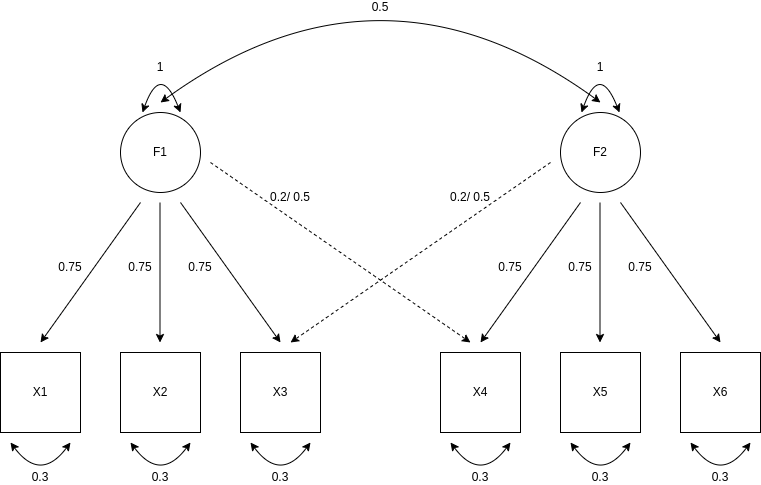
Above: Rmd/figures/model.png in JMBKoch/1vs2StepBayesianRegSEM (draw.io), before the change. Source tidied: cells renumbered, new cells last; positions are measured from the earlier drawing's top-left corner, leaving out a move shared by most shapes.
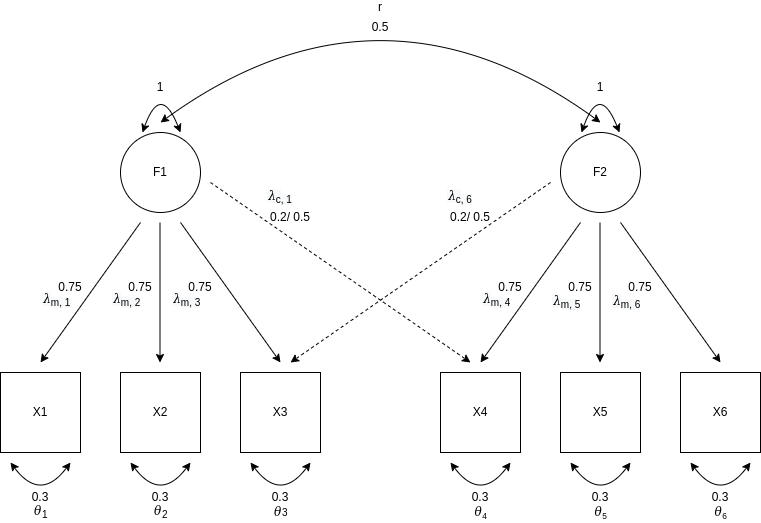
Later version of the same file.

Change to the diagram source:
```diff
@@ -205,5 +205,50 @@
     <mxCell id="43" value="0.75" style="text;html=1;strokeColor=none;fillColor=none;align=center;verticalAlign=middle;whiteSpace=wrap;rounded=0;" parent="1" vertex="1">
       <mxGeometry x="550" y="320" width="60" height="10" as="geometry" />
     </mxCell>
+    <mxCell id="44" value="𝜃&lt;sub&gt;1&lt;/sub&gt;" style="text;html=1;align=center;verticalAlign=middle;strokeColor=none;fillColor=none;" parent="1" vertex="1">
+      <mxGeometry x="25" y="540" width="30" height="20" as="geometry" />
+    </mxCell>
+    <mxCell id="45" value="𝜃&lt;sub&gt;2&lt;/sub&gt;" style="text;html=1;align=center;verticalAlign=middle;strokeColor=none;fillColor=none;" parent="1" vertex="1">
+      <mxGeometry x="145" y="540" width="30" height="20" as="geometry" />
+    </mxCell>
+    <mxCell id="46" value="𝜃&lt;span style=&quot;font-size: 10px&quot;&gt;3&lt;/span&gt;" style="text;html=1;align=center;verticalAlign=middle;strokeColor=none;fillColor=none;" parent="1" vertex="1">
+      <mxGeometry x="265" y="540" width="30" height="20" as="geometry" />
+    </mxCell>
+    <mxCell id="47" value="𝜃&lt;span style=&quot;font-size: 10px&quot;&gt;&lt;sub&gt;4&lt;/sub&gt;&lt;/span&gt;" style="text;html=1;align=center;verticalAlign=middle;strokeColor=none;fillColor=none;" parent="1" vertex="1">
+      <mxGeometry x="465" y="540" width="30" height="20" as="geometry" />
+    </mxCell>
+    <mxCell id="48" value="𝜃&lt;span style=&quot;font-size: 10px&quot;&gt;&lt;sub&gt;5&lt;/sub&gt;&lt;/span&gt;" style="text;html=1;align=center;verticalAlign=middle;strokeColor=none;fillColor=none;" parent="1" vertex="1">
+      <mxGeometry x="585" y="540" width="30" height="20" as="geometry" />
+    </mxCell>
+    <mxCell id="49" value="𝜃&lt;span style=&quot;font-size: 10px&quot;&gt;&lt;sub&gt;6&lt;/sub&gt;&lt;/span&gt;" style="text;html=1;align=center;verticalAlign=middle;strokeColor=none;fillColor=none;" parent="1" vertex="1">
+      <mxGeometry x="705" y="540" width="30" height="20" as="geometry" />
+    </mxCell>
+    <mxCell id="50" value="&lt;span style=&quot;color: rgb(0 , 0 , 0) ; font-family: &amp;#34;helvetica&amp;#34; ; font-size: 12px ; font-style: normal ; font-weight: 400 ; letter-spacing: normal ; text-align: center ; text-indent: 0px ; text-transform: none ; word-spacing: 0px ; background-color: rgb(248 , 249 , 250) ; display: inline ; float: none&quot;&gt;𝜆&lt;/span&gt;&lt;sub style=&quot;color: rgb(0 , 0 , 0) ; font-family: &amp;#34;helvetica&amp;#34; ; font-style: normal ; font-weight: 400 ; letter-spacing: normal ; text-align: center ; text-indent: 0px ; text-transform: none ; word-spacing: 0px ; background-color: rgb(248 , 249 , 250)&quot;&gt;m, 3&lt;/sub&gt;" style="text;whiteSpace=wrap;html=1;" parent="1" vertex="1">
+      <mxGeometry x="170" y="322.5" width="70" height="25" as="geometry" />
+    </mxCell>
+    <mxCell id="51" value="&lt;span style=&quot;color: rgb(0 , 0 , 0) ; font-family: &amp;#34;helvetica&amp;#34; ; font-size: 12px ; font-style: normal ; font-weight: 400 ; letter-spacing: normal ; text-align: center ; text-indent: 0px ; text-transform: none ; word-spacing: 0px ; background-color: rgb(248 , 249 , 250) ; display: inline ; float: none&quot;&gt;𝜆&lt;/span&gt;&lt;sub style=&quot;color: rgb(0 , 0 , 0) ; font-family: &amp;#34;helvetica&amp;#34; ; font-style: normal ; font-weight: 400 ; letter-spacing: normal ; text-align: center ; text-indent: 0px ; text-transform: none ; word-spacing: 0px ; background-color: rgb(248 , 249 , 250)&quot;&gt;m, 4&lt;/sub&gt;" style="text;whiteSpace=wrap;html=1;" parent="1" vertex="1">
+      <mxGeometry x="480" y="322.5" width="70" height="30" as="geometry" />
+    </mxCell>
+    <mxCell id="52" value="&lt;span style=&quot;color: rgb(0 , 0 , 0) ; font-family: &amp;#34;helvetica&amp;#34; ; font-size: 12px ; font-style: normal ; font-weight: 400 ; letter-spacing: normal ; text-align: center ; text-indent: 0px ; text-transform: none ; word-spacing: 0px ; background-color: rgb(248 , 249 , 250) ; display: inline ; float: none&quot;&gt;𝜆&lt;/span&gt;&lt;sub style=&quot;color: rgb(0 , 0 , 0) ; font-family: &amp;#34;helvetica&amp;#34; ; font-style: normal ; font-weight: 400 ; letter-spacing: normal ; text-align: center ; text-indent: 0px ; text-transform: none ; word-spacing: 0px ; background-color: rgb(248 , 249 , 250)&quot;&gt;m, 5&lt;/sub&gt;" style="text;whiteSpace=wrap;html=1;" parent="1" vertex="1">
+      <mxGeometry x="550" y="325" width="70" height="25" as="geometry" />
+    </mxCell>
+    <mxCell id="53" value="&lt;span style=&quot;color: rgb(0 , 0 , 0) ; font-family: &amp;#34;helvetica&amp;#34; ; font-size: 12px ; font-style: normal ; font-weight: 400 ; letter-spacing: normal ; text-align: center ; text-indent: 0px ; text-transform: none ; word-spacing: 0px ; background-color: rgb(248 , 249 , 250) ; display: inline ; float: none&quot;&gt;𝜆&lt;/span&gt;&lt;sub style=&quot;color: rgb(0 , 0 , 0) ; font-family: &amp;#34;helvetica&amp;#34; ; font-style: normal ; font-weight: 400 ; letter-spacing: normal ; text-align: center ; text-indent: 0px ; text-transform: none ; word-spacing: 0px ; background-color: rgb(248 , 249 , 250)&quot;&gt;m, 6&lt;/sub&gt;" style="text;whiteSpace=wrap;html=1;" parent="1" vertex="1">
+      <mxGeometry x="610" y="325" width="70" height="30" as="geometry" />
+    </mxCell>
+    <mxCell id="54" value="&lt;span style=&quot;color: rgb(0 , 0 , 0) ; font-family: &amp;#34;helvetica&amp;#34; ; font-size: 12px ; font-style: normal ; font-weight: 400 ; letter-spacing: normal ; text-align: center ; text-indent: 0px ; text-transform: none ; word-spacing: 0px ; background-color: rgb(248 , 249 , 250) ; display: inline ; float: none&quot;&gt;𝜆&lt;sub&gt;c&lt;/sub&gt;&lt;/span&gt;&lt;sub style=&quot;color: rgb(0 , 0 , 0) ; font-family: &amp;#34;helvetica&amp;#34; ; font-style: normal ; font-weight: 400 ; letter-spacing: normal ; text-align: center ; text-indent: 0px ; text-transform: none ; word-spacing: 0px ; background-color: rgb(248 , 249 , 250)&quot;&gt;, 1&lt;/sub&gt;" style="text;whiteSpace=wrap;html=1;" parent="1" vertex="1">
+      <mxGeometry x="265" y="220" width="70" height="30" as="geometry" />
+    </mxCell>
+    <mxCell id="55" value="&lt;span style=&quot;color: rgb(0 , 0 , 0) ; font-family: &amp;#34;helvetica&amp;#34; ; font-size: 12px ; font-style: normal ; font-weight: 400 ; letter-spacing: normal ; text-align: center ; text-indent: 0px ; text-transform: none ; word-spacing: 0px ; background-color: rgb(248 , 249 , 250) ; display: inline ; float: none&quot;&gt;𝜆&lt;sub&gt;c&lt;/sub&gt;&lt;/span&gt;&lt;sub style=&quot;color: rgb(0 , 0 , 0) ; font-family: &amp;#34;helvetica&amp;#34; ; font-style: normal ; font-weight: 400 ; letter-spacing: normal ; text-align: center ; text-indent: 0px ; text-transform: none ; word-spacing: 0px ; background-color: rgb(248 , 249 , 250)&quot;&gt;, 6&lt;/sub&gt;" style="text;whiteSpace=wrap;html=1;" parent="1" vertex="1">
+      <mxGeometry x="445" y="220" width="70" height="30" as="geometry" />
+    </mxCell>
+    <mxCell id="56" value="&lt;span style=&quot;color: rgb(0 , 0 , 0) ; font-family: &amp;#34;helvetica&amp;#34; ; font-size: 12px ; font-style: normal ; font-weight: 400 ; letter-spacing: normal ; text-align: center ; text-indent: 0px ; text-transform: none ; word-spacing: 0px ; background-color: rgb(248 , 249 , 250) ; display: inline ; float: none&quot;&gt;𝜆&lt;/span&gt;&lt;sub style=&quot;color: rgb(0 , 0 , 0) ; font-family: &amp;#34;helvetica&amp;#34; ; font-style: normal ; font-weight: 400 ; letter-spacing: normal ; text-align: center ; text-indent: 0px ; text-transform: none ; word-spacing: 0px ; background-color: rgb(248 , 249 , 250)&quot;&gt;m, 1&lt;/sub&gt;" style="text;whiteSpace=wrap;html=1;" parent="1" vertex="1">
+      <mxGeometry x="40" y="322.5" width="70" height="30" as="geometry" />
+    </mxCell>
+    <mxCell id="57" value="&lt;span style=&quot;color: rgb(0 , 0 , 0) ; font-family: &amp;#34;helvetica&amp;#34; ; font-size: 12px ; font-style: normal ; font-weight: 400 ; letter-spacing: normal ; text-align: center ; text-indent: 0px ; text-transform: none ; word-spacing: 0px ; background-color: rgb(248 , 249 , 250) ; display: inline ; float: none&quot;&gt;𝜆&lt;/span&gt;&lt;sub style=&quot;color: rgb(0 , 0 , 0) ; font-family: &amp;#34;helvetica&amp;#34; ; font-style: normal ; font-weight: 400 ; letter-spacing: normal ; text-align: center ; text-indent: 0px ; text-transform: none ; word-spacing: 0px ; background-color: rgb(248 , 249 , 250)&quot;&gt;m, 2&lt;/sub&gt;" style="text;whiteSpace=wrap;html=1;" parent="1" vertex="1">
+      <mxGeometry x="110" y="322.5" width="70" height="30" as="geometry" />
+    </mxCell>
+    <mxCell id="58" value="r" style="text;html=1;strokeColor=none;fillColor=none;align=center;verticalAlign=middle;whiteSpace=wrap;rounded=0;" parent="1" vertex="1">
+      <mxGeometry x="350" y="40" width="60" height="10" as="geometry" />
+    </mxCell>
   </root>
 </mxGraphModel>
```
